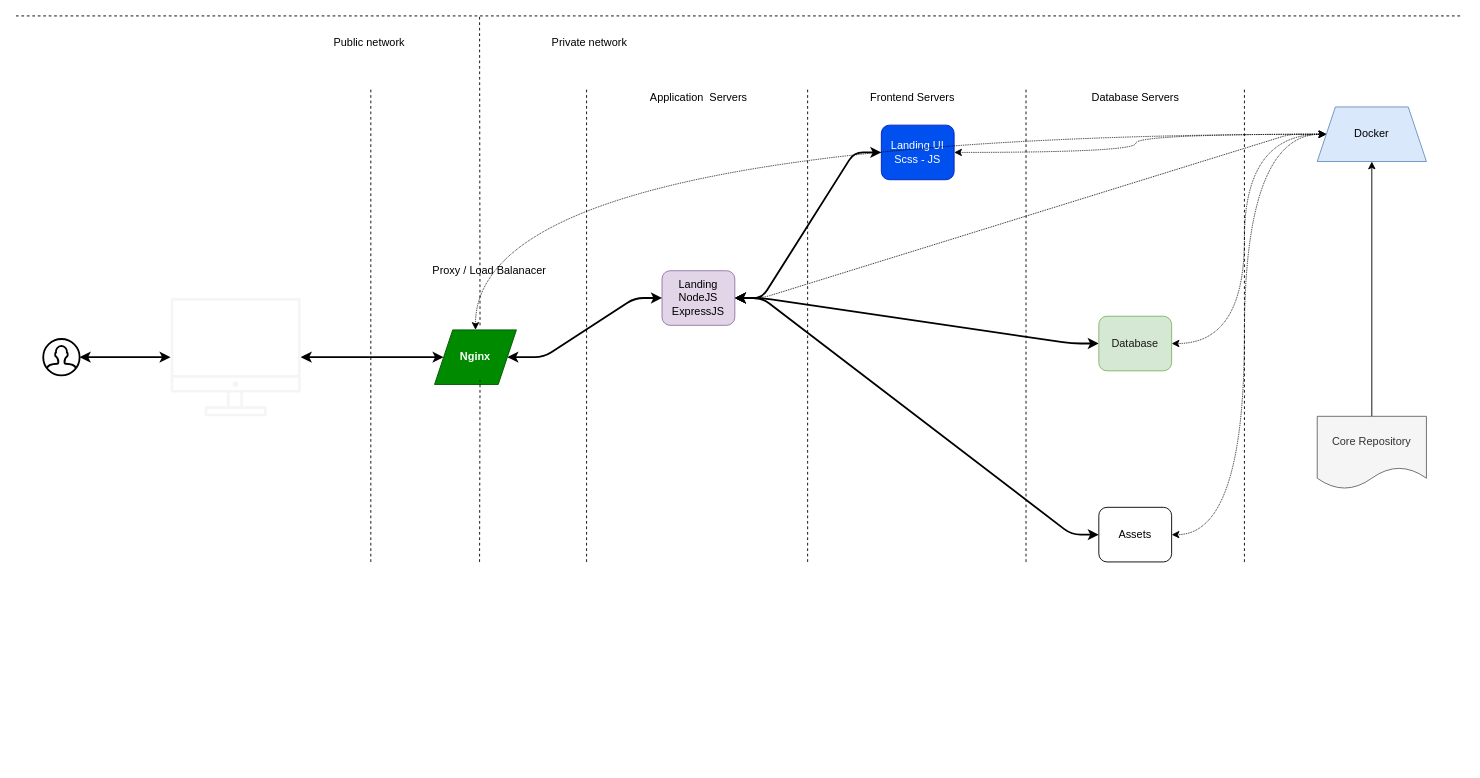
Before: wiki/architecture.drawio in paulAlexSerban/tpl--ejs, a draw.io diagram. Source tidied: cells renumbered, new cells numbered last; positions are measured from the earlier drawing's top-left corner, leaving out a move shared by most shapes. Both pictures are drawn from the tidied source at 91%, with x=0, y=0 at pixel (15, 15).
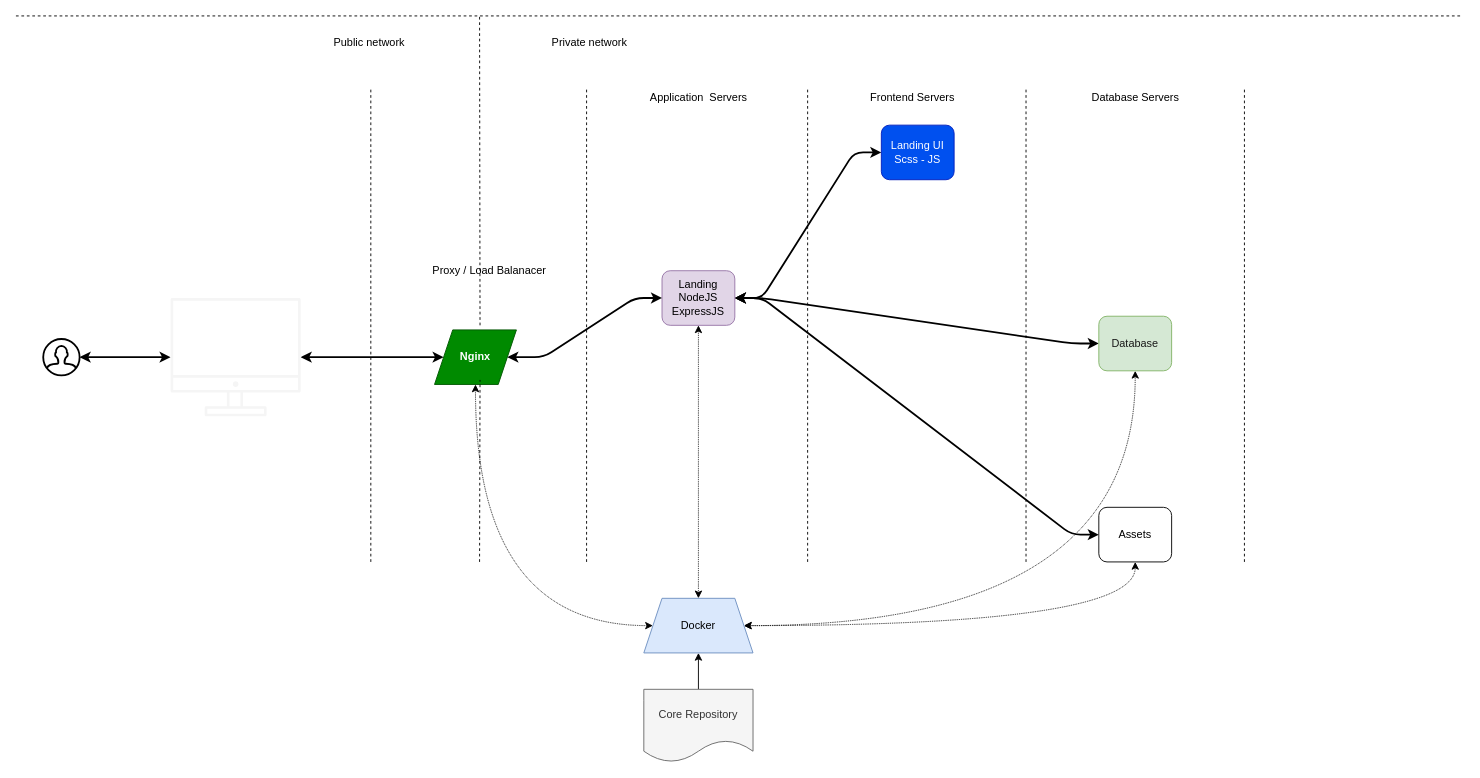
Above is the later version.

Unchanged cells that the change refers to:
```xml
<mxCell id="16" value="Landing&lt;br&gt;NodeJS&lt;br&gt;ExpressJS" style="rounded=1;whiteSpace=wrap;html=1;fillColor=#e1d5e7;strokeColor=#9673a6;fontColor=#000000;" parent="1" vertex="1">
  <mxGeometry x="710" y="280" width="80" height="60" as="geometry" />
</mxCell>
<mxCell id="20" value="Database" style="rounded=1;whiteSpace=wrap;html=1;fillColor=#d5e8d4;strokeColor=#82b366;fontColor=#191919;" parent="1" vertex="1">
  <mxGeometry x="1190" y="330" width="80" height="60" as="geometry" />
</mxCell>
<mxCell id="21" value="Assets" style="rounded=1;whiteSpace=wrap;html=1;" parent="1" vertex="1">
  <mxGeometry x="1190" y="540" width="80" height="60" as="geometry" />
</mxCell>
<mxCell id="23" value="Landing UI&lt;br&gt;Scss - JS" style="rounded=1;whiteSpace=wrap;html=1;fillColor=#0050ef;fontColor=#ffffff;strokeColor=#001DBC;" parent="1" vertex="1">
  <mxGeometry x="951" y="120" width="80" height="60" as="geometry" />
</mxCell>
<mxCell id="35" value="Nginx" style="shape=parallelogram;perimeter=parallelogramPerimeter;whiteSpace=wrap;html=1;fixedSize=1;fillColor=#008a00;fontColor=#ffffff;strokeColor=#005700;fontStyle=1;" parent="1" vertex="1">
  <mxGeometry x="460" y="345" width="90" height="60" as="geometry" />
</mxCell>
```

Diff of the diagram source:
```diff
@@
+    <mxCell id="30" style="edgeStyle=orthogonalEdgeStyle;curved=1;html=1;dashed=1;dashPattern=1 1;fontColor=#FFFFFF;startArrow=classic;startFill=1;strokeWidth=1;" parent="1" edge="1" source="31" target="35">
+      <mxGeometry relative="1" as="geometry" />
+    </mxCell>
+    <mxCell id="29" style="edgeStyle=orthogonalEdgeStyle;curved=1;html=1;entryX=0.5;entryY=1;entryDx=0;entryDy=0;dashed=1;dashPattern=1 1;fontColor=#FFFFFF;startArrow=classic;startFill=1;strokeWidth=1;" parent="1" edge="1" source="31" target="20">
+      <mxGeometry relative="1" as="geometry" />
+    </mxCell>
@@
-    <mxCell id="26" style="edgeStyle=entityRelationEdgeStyle;html=1;dashed=1;dashPattern=1 1;fontColor=#FFFFFF;startArrow=classic;startFill=1;strokeWidth=1;" parent="1" edge="1" source="31" target="16">
-      <mxGeometry relative="1" as="geometry" />
-    </mxCell>
-    <mxCell id="27" style="edgeStyle=orthogonalEdgeStyle;html=1;entryX=1;entryY=0.5;entryDx=0;entryDy=0;dashed=1;dashPattern=1 1;fontColor=#FFFFFF;startArrow=classic;startFill=1;strokeWidth=1;curved=1;" parent="1" edge="1" source="31" target="23">
+    <mxCell id="27" style="edgeStyle=orthogonalEdgeStyle;html=1;entryX=0.5;entryY=1;entryDx=0;entryDy=0;dashed=1;dashPattern=1 1;fontColor=#FFFFFF;startArrow=classic;startFill=1;strokeWidth=1;curved=1;" parent="1" edge="1" source="31" target="16">
       <mxGeometry relative="1" as="geometry" />
     </mxCell>
-    <mxCell id="28" style="edgeStyle=orthogonalEdgeStyle;curved=1;html=1;entryX=1;entryY=0.5;entryDx=0;entryDy=0;dashed=1;dashPattern=1 1;fontColor=#FFFFFF;startArrow=classic;startFill=1;strokeWidth=1;" parent="1" edge="1" source="31" target="21">
+    <mxCell id="28" style="edgeStyle=orthogonalEdgeStyle;curved=1;html=1;entryX=0.5;entryY=1;entryDx=0;entryDy=0;dashed=1;dashPattern=1 1;fontColor=#FFFFFF;startArrow=classic;startFill=1;strokeWidth=1;" parent="1" edge="1" source="31" target="21">
       <mxGeometry relative="1" as="geometry" />
     </mxCell>
-    <mxCell id="29" style="edgeStyle=orthogonalEdgeStyle;curved=1;html=1;entryX=1;entryY=0.5;entryDx=0;entryDy=0;dashed=1;dashPattern=1 1;fontColor=#FFFFFF;startArrow=classic;startFill=1;strokeWidth=1;" parent="1" edge="1" source="31" target="20">
-      <mxGeometry relative="1" as="geometry" />
-    </mxCell>
-    <mxCell id="30" style="edgeStyle=orthogonalEdgeStyle;curved=1;html=1;dashed=1;dashPattern=1 1;fontColor=#FFFFFF;startArrow=classic;startFill=1;strokeWidth=1;" parent="1" edge="1" source="31" target="35">
-      <mxGeometry relative="1" as="geometry" />
-    </mxCell>
     <mxCell id="31" value="Docker" style="shape=trapezoid;perimeter=trapezoidPerimeter;whiteSpace=wrap;html=1;fixedSize=1;fillColor=#dae8fc;strokeColor=#6c8ebf;fontColor=#000000;" parent="1" vertex="1">
-      <mxGeometry x="1430" y="100" width="120" height="60" as="geometry" />
+      <mxGeometry x="690" y="640" width="120" height="60" as="geometry" />
     </mxCell>
@@
     <mxCell id="33" value="Core Repository" style="shape=document;whiteSpace=wrap;html=1;boundedLbl=1;fontColor=#333333;fillColor=#f5f5f5;strokeColor=#666666;" parent="1" vertex="1">
-      <mxGeometry x="1430" y="440" width="120" height="80" as="geometry" />
+      <mxGeometry x="690" y="740" width="120" height="80" as="geometry" />
     </mxCell>
```
